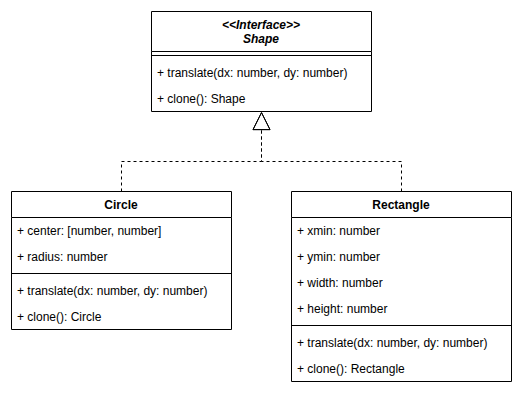
Above: docs/architecture/patrons-conception/creation/uml/UML_DP_ShapePrototype-solution.drawio.png in mborne/mborne.github.io (draw.io), before the change. Source tidied: cells renumbered, new cells last; positions are measured from the earlier drawing's top-left corner, leaving out a move shared by most shapes. The source it was exported from:
```xml
<mxGraphModel background="#ffffff">
  <root>
    <mxCell id="0" />
    <mxCell id="1" parent="0" />
    <mxCell id="2" value="&lt;&lt;Interface&gt;&gt;&#10;Shape" style="swimlane;fontStyle=3;align=center;verticalAlign=top;horizontal=1;startSize=40;" parent="1" vertex="1">
      <mxGeometry x="140" width="220" height="100" as="geometry" />
    </mxCell>
    <mxCell id="3" style="line;strokeWidth=1;fillColor=none;align=left;verticalAlign=middle;spacingTop=-1;spacingLeft=3;spacingRight=3;labelPosition=right;" parent="2" vertex="1">
      <mxGeometry y="40" width="220" height="8" as="geometry" />
    </mxCell>
    <mxCell id="4" value="+ translate(dx: number, dy: number)" style="text;strokeColor=none;fillColor=none;align=left;verticalAlign=top;spacingLeft=4;spacingRight=4;overflow=hidden;" parent="2" vertex="1">
      <mxGeometry y="48" width="220" height="26" as="geometry" />
    </mxCell>
    <mxCell id="5" value="+ clone(): Shape" style="text;strokeColor=none;fillColor=none;align=left;verticalAlign=top;spacingLeft=4;spacingRight=4;overflow=hidden;" parent="2" vertex="1">
      <mxGeometry y="74" width="220" height="26" as="geometry" />
    </mxCell>
    <mxCell id="6" value="Circle" style="swimlane;fontStyle=1;align=center;verticalAlign=top;horizontal=1;startSize=26;" parent="1" vertex="1">
      <mxGeometry y="180" width="220" height="138" as="geometry" />
    </mxCell>
    <mxCell id="7" value="+ center: [number, number]" style="text;strokeColor=none;fillColor=none;align=left;verticalAlign=top;spacingLeft=4;spacingRight=4;overflow=hidden;" parent="6" vertex="1">
      <mxGeometry y="26" width="220" height="26" as="geometry" />
    </mxCell>
    <mxCell id="8" value="+ radius: number" style="text;strokeColor=none;fillColor=none;align=left;verticalAlign=top;spacingLeft=4;spacingRight=4;overflow=hidden;" parent="6" vertex="1">
      <mxGeometry y="52" width="220" height="26" as="geometry" />
    </mxCell>
    <mxCell id="9" style="line;strokeWidth=1;fillColor=none;align=left;verticalAlign=middle;spacingTop=-1;spacingLeft=3;spacingRight=3;labelPosition=right;" parent="6" vertex="1">
      <mxGeometry y="78" width="220" height="8" as="geometry" />
    </mxCell>
    <mxCell id="10" value="+ translate(dx: number, dy: number)" style="text;strokeColor=none;fillColor=none;align=left;verticalAlign=top;spacingLeft=4;spacingRight=4;overflow=hidden;" parent="6" vertex="1">
      <mxGeometry y="86" width="220" height="26" as="geometry" />
    </mxCell>
    <mxCell id="11" value="+ clone(): Circle" style="text;strokeColor=none;fillColor=none;align=left;verticalAlign=top;spacingLeft=4;spacingRight=4;overflow=hidden;" parent="6" vertex="1">
      <mxGeometry y="112" width="220" height="26" as="geometry" />
    </mxCell>
    <mxCell id="12" value="Rectangle" style="swimlane;fontStyle=1;align=center;verticalAlign=top;horizontal=1;startSize=26;" parent="1" vertex="1">
      <mxGeometry x="280" y="180" width="220" height="190" as="geometry" />
    </mxCell>
    <mxCell id="13" value="+ xmin: number" style="text;strokeColor=none;fillColor=none;align=left;verticalAlign=top;spacingLeft=4;spacingRight=4;overflow=hidden;" parent="12" vertex="1">
      <mxGeometry y="26" width="220" height="26" as="geometry" />
    </mxCell>
    <mxCell id="14" value="+ ymin: number" style="text;strokeColor=none;fillColor=none;align=left;verticalAlign=top;spacingLeft=4;spacingRight=4;overflow=hidden;" parent="12" vertex="1">
      <mxGeometry y="52" width="220" height="26" as="geometry" />
    </mxCell>
    <mxCell id="15" value="+ width: number" style="text;strokeColor=none;fillColor=none;align=left;verticalAlign=top;spacingLeft=4;spacingRight=4;overflow=hidden;" parent="12" vertex="1">
      <mxGeometry y="78" width="220" height="26" as="geometry" />
    </mxCell>
    <mxCell id="16" value="+ height: number" style="text;strokeColor=none;fillColor=none;align=left;verticalAlign=top;spacingLeft=4;spacingRight=4;overflow=hidden;" parent="12" vertex="1">
      <mxGeometry y="104" width="220" height="26" as="geometry" />
    </mxCell>
    <mxCell id="17" style="line;strokeWidth=1;fillColor=none;align=left;verticalAlign=middle;spacingTop=-1;spacingLeft=3;spacingRight=3;labelPosition=right;" parent="12" vertex="1">
      <mxGeometry y="130" width="220" height="8" as="geometry" />
    </mxCell>
    <mxCell id="18" value="+ translate(dx: number, dy: number)" style="text;strokeColor=none;fillColor=none;align=left;verticalAlign=top;spacingLeft=4;spacingRight=4;overflow=hidden;" parent="12" vertex="1">
      <mxGeometry y="138" width="220" height="26" as="geometry" />
    </mxCell>
    <mxCell id="19" value="+ clone(): Rectangle" style="text;strokeColor=none;fillColor=none;align=left;verticalAlign=top;spacingLeft=4;spacingRight=4;overflow=hidden;" parent="12" vertex="1">
      <mxGeometry y="164" width="220" height="26" as="geometry" />
    </mxCell>
    <mxCell id="20" style="endArrow=block;endSize=16;endFill=0;dashed=1;html=1;rounded=0;edgeStyle=orthogonalEdgeStyle;exitX=0.5;exitY=0;exitDx=0;exitDy=0;entryX=0.5;entryY=1;entryDx=0;entryDy=0;" parent="1" edge="1" source="6" target="2">
      <mxGeometry relative="1" as="geometry">
        <Array as="points">
          <mxPoint x="110" y="150" />
          <mxPoint x="250" y="150" />
        </Array>
      </mxGeometry>
    </mxCell>
    <mxCell id="21" style="endArrow=block;endSize=16;endFill=0;dashed=1;html=1;rounded=0;edgeStyle=orthogonalEdgeStyle;exitX=0.5;exitY=0;exitDx=0;exitDy=0;entryX=0.5;entryY=1;entryDx=0;entryDy=0;" parent="1" edge="1" source="12" target="2">
      <mxGeometry relative="1" as="geometry">
        <Array as="points">
          <mxPoint x="390" y="150" />
          <mxPoint x="250" y="150" />
        </Array>
      </mxGeometry>
    </mxCell>
  </root>
</mxGraphModel>
```
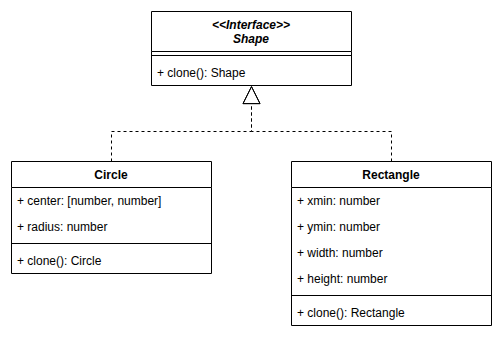
After the commit.

Commit message:
docs(prototype): simplification du cas d'école

Le cas d'école porte désormais sur la simple duplication d'une forme
(duplicate) au lieu d'une copie translatée :

- suppression de translate() dans le code et les schémas UML pour se
  concentrer sur clone()
- la mise en garde sur la copie superficielle explique qu'une
  modification de la copie s'appliquerait aussi à l'original
- l'alternative des objets immuables ne s'appuie plus sur translate()

Diff of the diagram source:
```diff
@@ -3,72 +3,63 @@
     <mxCell id="0" />
     <mxCell id="1" parent="0" />
     <mxCell id="2" value="&lt;&lt;Interface&gt;&gt;&#10;Shape" style="swimlane;fontStyle=3;align=center;verticalAlign=top;horizontal=1;startSize=40;" parent="1" vertex="1">
-      <mxGeometry x="140" width="220" height="100" as="geometry" />
+      <mxGeometry x="140" y="30" width="200" height="74" as="geometry" />
     </mxCell>
     <mxCell id="3" style="line;strokeWidth=1;fillColor=none;align=left;verticalAlign=middle;spacingTop=-1;spacingLeft=3;spacingRight=3;labelPosition=right;" parent="2" vertex="1">
-      <mxGeometry y="40" width="220" height="8" as="geometry" />
+      <mxGeometry y="40" width="200" height="8" as="geometry" />
     </mxCell>
-    <mxCell id="4" value="+ translate(dx: number, dy: number)" style="text;strokeColor=none;fillColor=none;align=left;verticalAlign=top;spacingLeft=4;spacingRight=4;overflow=hidden;" parent="2" vertex="1">
-      <mxGeometry y="48" width="220" height="26" as="geometry" />
+    <mxCell id="4" value="+ clone(): Shape" style="text;strokeColor=none;fillColor=none;align=left;verticalAlign=top;spacingLeft=4;spacingRight=4;overflow=hidden;" parent="2" vertex="1">
+      <mxGeometry y="48" width="200" height="26" as="geometry" />
     </mxCell>
-    <mxCell id="5" value="+ clone(): Shape" style="text;strokeColor=none;fillColor=none;align=left;verticalAlign=top;spacingLeft=4;spacingRight=4;overflow=hidden;" parent="2" vertex="1">
-      <mxGeometry y="74" width="220" height="26" as="geometry" />
-    </mxCell>
     <mxCell id="6" value="Circle" style="swimlane;fontStyle=1;align=center;verticalAlign=top;horizontal=1;startSize=26;" parent="1" vertex="1">
-      <mxGeometry y="180" width="220" height="138" as="geometry" />
+      <mxGeometry y="180" width="200" height="112" as="geometry" />
     </mxCell>
     <mxCell id="7" value="+ center: [number, number]" style="text;strokeColor=none;fillColor=none;align=left;verticalAlign=top;spacingLeft=4;spacingRight=4;overflow=hidden;" parent="6" vertex="1">
-      <mxGeometry y="26" width="220" height="26" as="geometry" />
+      <mxGeometry y="26" width="200" height="26" as="geometry" />
     </mxCell>
     <mxCell id="8" value="+ radius: number" style="text;strokeColor=none;fillColor=none;align=left;verticalAlign=top;spacingLeft=4;spacingRight=4;overflow=hidden;" parent="6" vertex="1">
-      <mxGeometry y="52" width="220" height="26" as="geometry" />
+      <mxGeometry y="52" width="200" height="26" as="geometry" />
     </mxCell>
     <mxCell id="9" style="line;strokeWidth=1;fillColor=none;align=left;verticalAlign=middle;spacingTop=-1;spacingLeft=3;spacingRight=3;labelPosition=right;" parent="6" vertex="1">
-      <mxGeometry y="78" width="220" height="8" as="geometry" />
+      <mxGeometry y="78" width="200" height="8" as="geometry" />
     </mxCell>
-    <mxCell id="10" value="+ translate(dx: number, dy: number)" style="text;strokeColor=none;fillColor=none;align=left;verticalAlign=top;spacingLeft=4;spacingRight=4;overflow=hidden;" parent="6" vertex="1">
-      <mxGeometry y="86" width="220" height="26" as="geometry" />
+    <mxCell id="10" value="+ clone(): Circle" style="text;strokeColor=none;fillColor=none;align=left;verticalAlign=top;spacingLeft=4;spacingRight=4;overflow=hidden;" parent="6" vertex="1">
+      <mxGeometry y="86" width="200" height="26" as="geometry" />
     </mxCell>
-    <mxCell id="11" value="+ clone(): Circle" style="text;strokeColor=none;fillColor=none;align=left;verticalAlign=top;spacingLeft=4;spacingRight=4;overflow=hidden;" parent="6" vertex="1">
-      <mxGeometry y="112" width="220" height="26" as="geometry" />
-    </mxCell>
     <mxCell id="12" value="Rectangle" style="swimlane;fontStyle=1;align=center;verticalAlign=top;horizontal=1;startSize=26;" parent="1" vertex="1">
-      <mxGeometry x="280" y="180" width="220" height="190" as="geometry" />
+      <mxGeometry x="280" y="180" width="200" height="164" as="geometry" />
     </mxCell>
     <mxCell id="13" value="+ xmin: number" style="text;strokeColor=none;fillColor=none;align=left;verticalAlign=top;spacingLeft=4;spacingRight=4;overflow=hidden;" parent="12" vertex="1">
-      <mxGeometry y="26" width="220" height="26" as="geometry" />
+      <mxGeometry y="26" width="200" height="26" as="geometry" />
     </mxCell>
     <mxCell id="14" value="+ ymin: number" style="text;strokeColor=none;fillColor=none;align=left;verticalAlign=top;spacingLeft=4;spacingRight=4;overflow=hidden;" parent="12" vertex="1">
-      <mxGeometry y="52" width="220" height="26" as="geometry" />
+      <mxGeometry y="52" width="200" height="26" as="geometry" />
     </mxCell>
     <mxCell id="15" value="+ width: number" style="text;strokeColor=none;fillColor=none;align=left;verticalAlign=top;spacingLeft=4;spacingRight=4;overflow=hidden;" parent="12" vertex="1">
-      <mxGeometry y="78" width="220" height="26" as="geometry" />
+      <mxGeometry y="78" width="200" height="26" as="geometry" />
     </mxCell>
     <mxCell id="16" value="+ height: number" style="text;strokeColor=none;fillColor=none;align=left;verticalAlign=top;spacingLeft=4;spacingRight=4;overflow=hidden;" parent="12" vertex="1">
-      <mxGeometry y="104" width="220" height="26" as="geometry" />
+      <mxGeometry y="104" width="200" height="26" as="geometry" />
     </mxCell>
     <mxCell id="17" style="line;strokeWidth=1;fillColor=none;align=left;verticalAlign=middle;spacingTop=-1;spacingLeft=3;spacingRight=3;labelPosition=right;" parent="12" vertex="1">
-      <mxGeometry y="130" width="220" height="8" as="geometry" />
+      <mxGeometry y="130" width="200" height="8" as="geometry" />
     </mxCell>
-    <mxCell id="18" value="+ translate(dx: number, dy: number)" style="text;strokeColor=none;fillColor=none;align=left;verticalAlign=top;spacingLeft=4;spacingRight=4;overflow=hidden;" parent="12" vertex="1">
-      <mxGeometry y="138" width="220" height="26" as="geometry" />
+    <mxCell id="18" value="+ clone(): Rectangle" style="text;strokeColor=none;fillColor=none;align=left;verticalAlign=top;spacingLeft=4;spacingRight=4;overflow=hidden;" parent="12" vertex="1">
+      <mxGeometry y="138" width="200" height="26" as="geometry" />
     </mxCell>
-    <mxCell id="19" value="+ clone(): Rectangle" style="text;strokeColor=none;fillColor=none;align=left;verticalAlign=top;spacingLeft=4;spacingRight=4;overflow=hidden;" parent="12" vertex="1">
-      <mxGeometry y="164" width="220" height="26" as="geometry" />
-    </mxCell>
     <mxCell id="20" style="endArrow=block;endSize=16;endFill=0;dashed=1;html=1;rounded=0;edgeStyle=orthogonalEdgeStyle;exitX=0.5;exitY=0;exitDx=0;exitDy=0;entryX=0.5;entryY=1;entryDx=0;entryDy=0;" parent="1" edge="1" source="6" target="2">
       <mxGeometry relative="1" as="geometry">
         <Array as="points">
-          <mxPoint x="110" y="150" />
-          <mxPoint x="250" y="150" />
+          <mxPoint x="100" y="150" />
+          <mxPoint x="240" y="150" />
         </Array>
       </mxGeometry>
     </mxCell>
     <mxCell id="21" style="endArrow=block;endSize=16;endFill=0;dashed=1;html=1;rounded=0;edgeStyle=orthogonalEdgeStyle;exitX=0.5;exitY=0;exitDx=0;exitDy=0;entryX=0.5;entryY=1;entryDx=0;entryDy=0;" parent="1" edge="1" source="12" target="2">
       <mxGeometry relative="1" as="geometry">
         <Array as="points">
-          <mxPoint x="390" y="150" />
-          <mxPoint x="250" y="150" />
+          <mxPoint x="380" y="150" />
+          <mxPoint x="240" y="150" />
         </Array>
       </mxGeometry>
     </mxCell>
```
